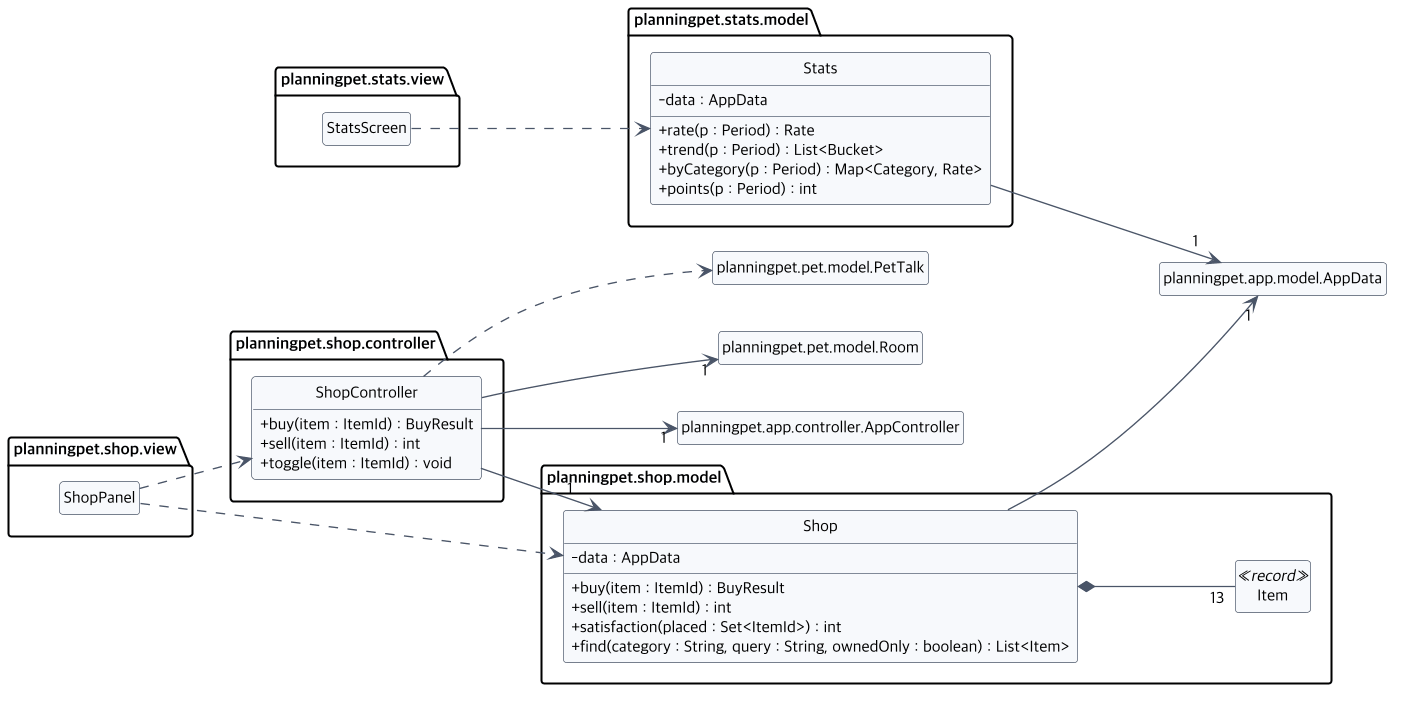
2026-2-software-system-design-11/planning-pet-app keeps this PlantUML diagram as docs/diagrams/class-shop-stats.png. Above is the earlier version.
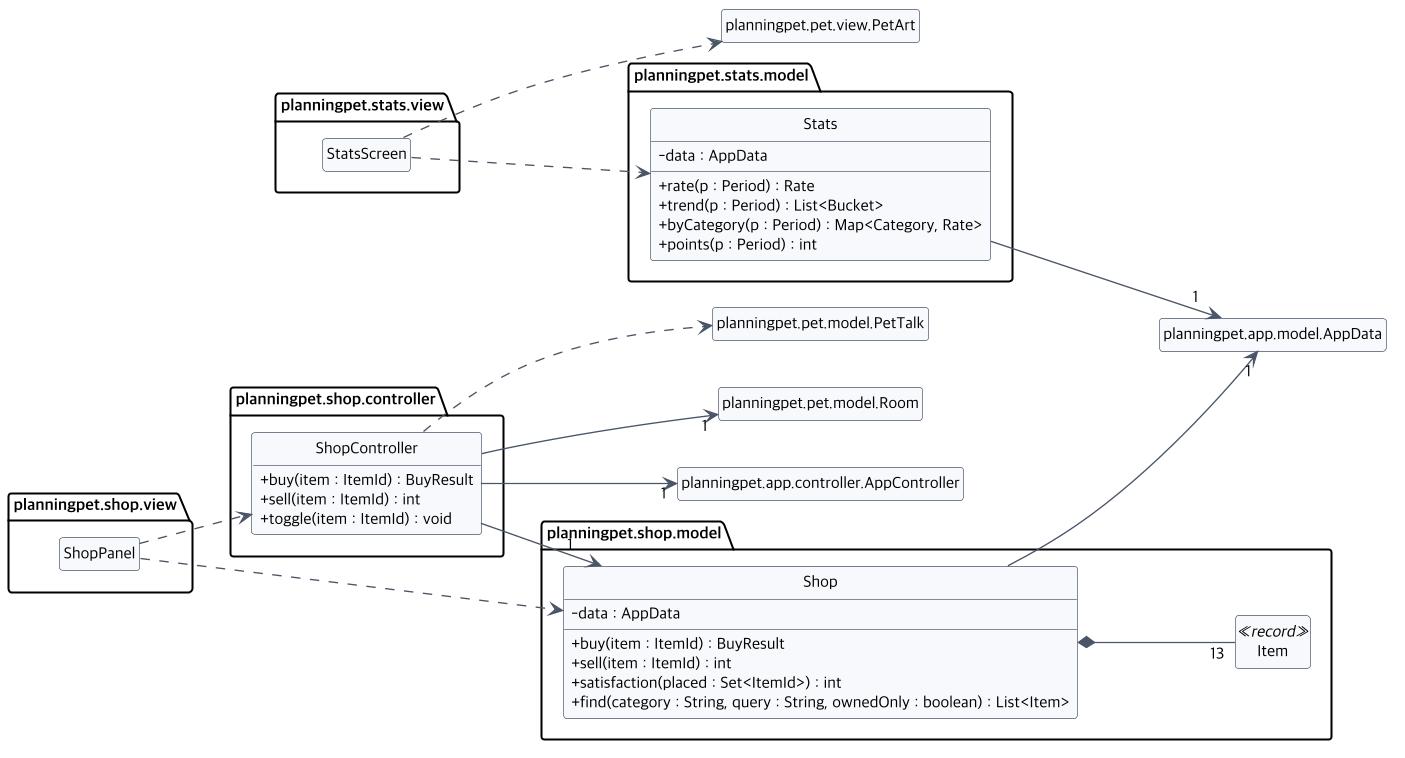
After the change.

Change to the diagram source:
```diff
@@ -42,5 +42,6 @@
 Shop --> "1" planningpet.app.model.AppData
 Shop *-- "13" Item
 StatsScreen ..> Stats
+StatsScreen ..> planningpet.pet.view.PetArt
 Stats --> "1" planningpet.app.model.AppData
 @enduml
```
